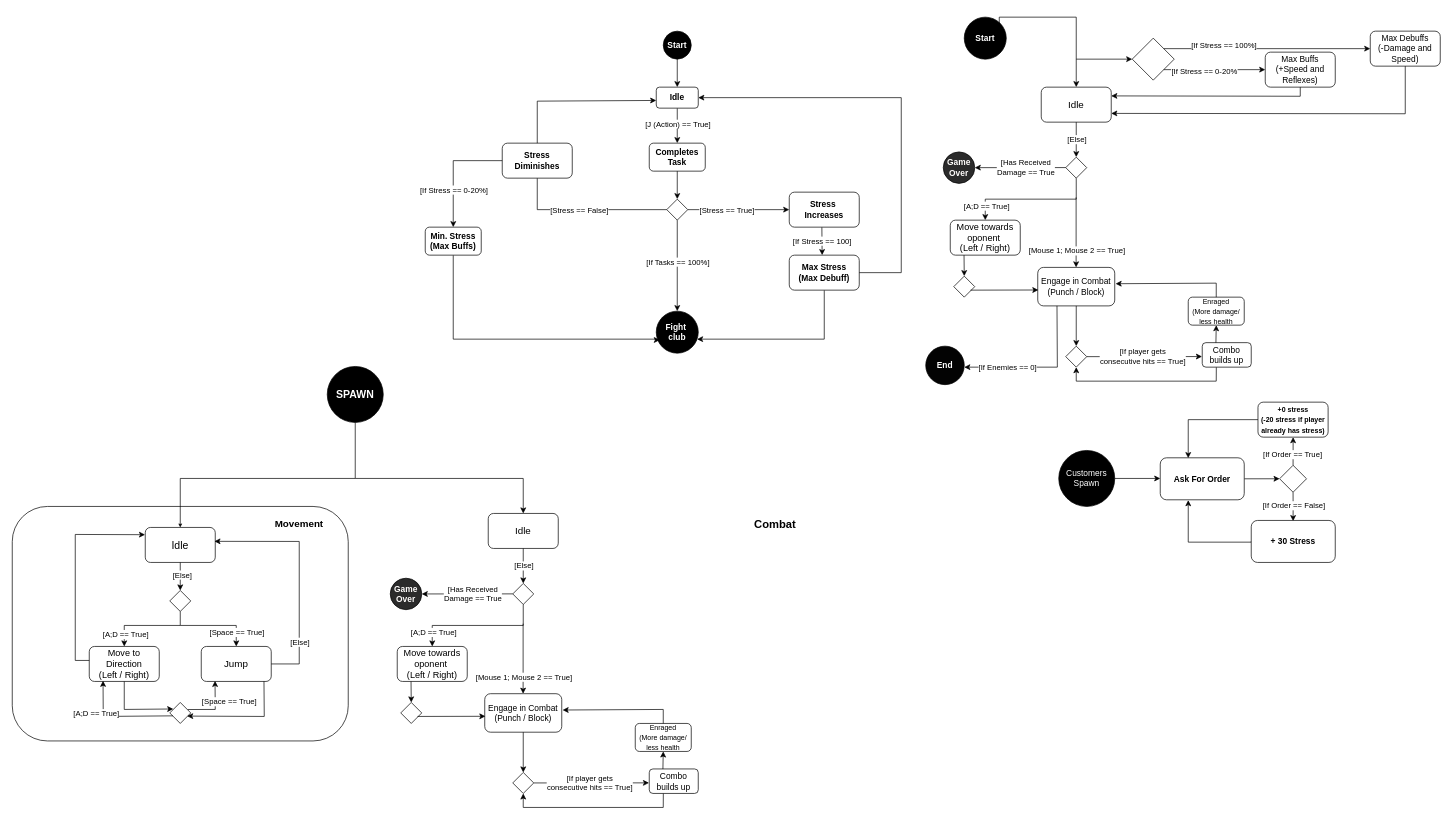
This is Insomnia-Flowchart.drawio from simaocampanicodev/Mayhem, a draw.io file, before an edit. Source tidied: cells renumbered, new cells numbered last; positions are measured from the earlier drawing's top-left corner, leaving out a move shared by most shapes. Both pictures are drawn from the tidied source at 70%, with x=0, y=0 at pixel (12, 17).
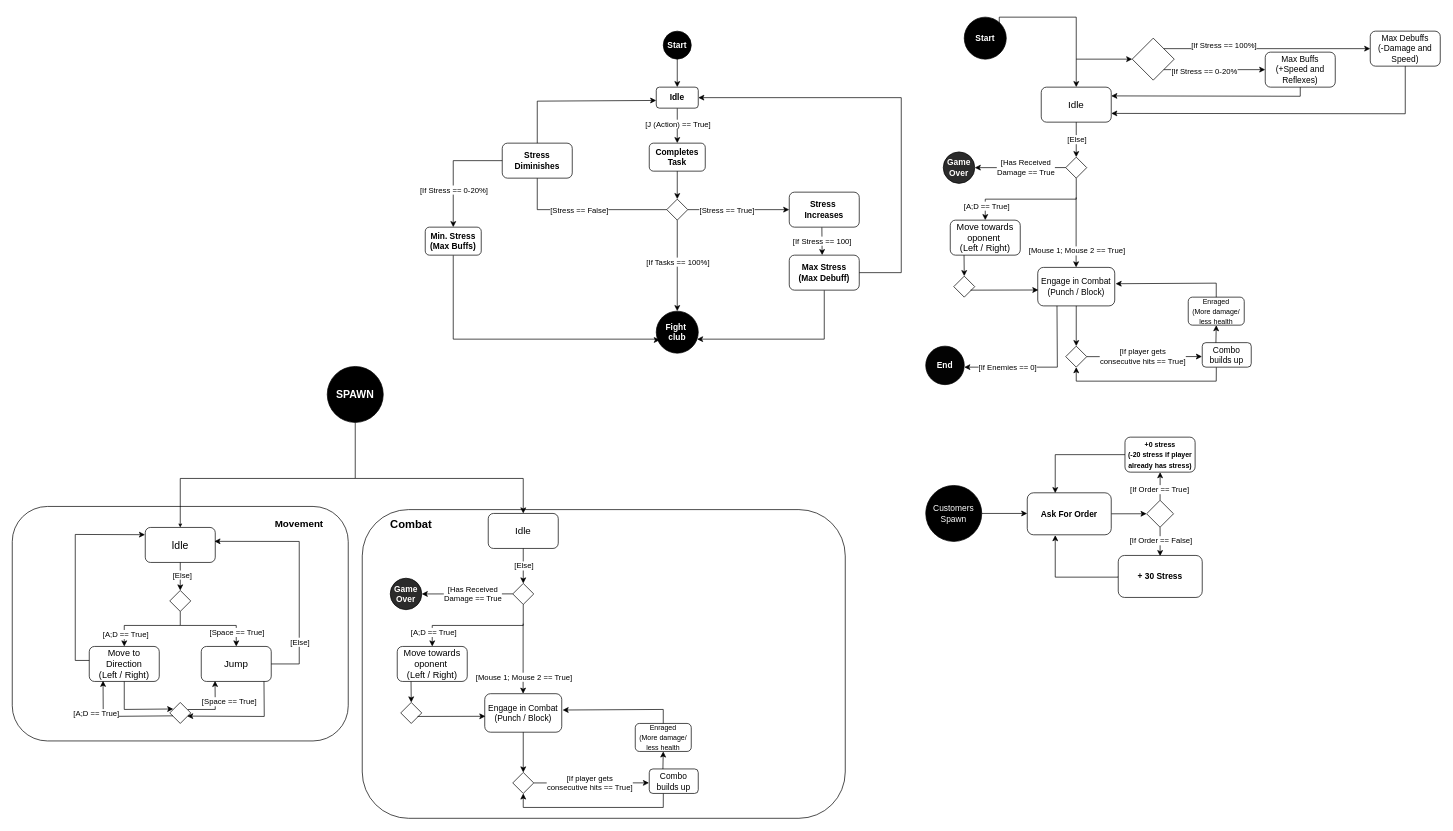
The same page after the edit.

The edit, as a diff of the source:
```diff
@@
+    <mxCell id="133" style="rounded=1;whiteSpace=wrap;html=1;" parent="1" vertex="1">
+      <mxGeometry x="500" y="703.5" width="690" height="441" as="geometry" />
+    </mxCell>
@@
     <mxCell id="52" value="&lt;font style=&quot;font-size: 16px;&quot;&gt;&lt;b&gt;Combat&lt;/b&gt;&lt;/font&gt;" style="text;html=1;align=center;verticalAlign=middle;whiteSpace=wrap;rounded=0;" parent="1" vertex="1">
-      <mxGeometry x="1060" y="709" width="60" height="30" as="geometry" />
+      <mxGeometry x="540" y="709" width="60" height="30" as="geometry" />
     </mxCell>
@@
     <mxCell id="120" value="&lt;font style=&quot;color: rgb(255, 255, 255);&quot;&gt;Customers&lt;/font&gt;&lt;div&gt;&lt;font style=&quot;color: rgb(255, 255, 255);&quot;&gt;Spawn&lt;/font&gt;&lt;/div&gt;" style="ellipse;whiteSpace=wrap;html=1;fillColor=#000000;" parent="1" vertex="1">
-      <mxGeometry x="1495" y="619" width="80" height="80" as="geometry" />
+      <mxGeometry x="1305" y="669" width="80" height="80" as="geometry" />
     </mxCell>
     <mxCell id="121" style="endArrow=classic;html=1;rounded=0;exitX=1;exitY=0.5;exitDx=0;exitDy=0;" parent="1" edge="1" source="120">
       <mxGeometry relative="1" as="geometry">
-        <mxPoint x="1640" y="659" as="targetPoint" />
+        <mxPoint x="1450" y="709" as="targetPoint" />
       </mxGeometry>
     </mxCell>
@@
     <mxCell id="123" value="&lt;b&gt;Ask For Order&lt;/b&gt;" style="rounded=1;whiteSpace=wrap;html=1;" parent="1" vertex="1">
-      <mxGeometry x="1640" y="629.5" width="120" height="60" as="geometry" />
+      <mxGeometry x="1450" y="679.5" width="120" height="60" as="geometry" />
     </mxCell>
     <mxCell id="124" style="edgeStyle=orthogonalEdgeStyle;rounded=0;jettySize=auto;html=1;exitX=0.5;exitY=0;exitDx=0;exitDy=0;" parent="1" edge="1" source="128">
       <mxGeometry relative="1" as="geometry">
-        <mxPoint x="1829.8" y="600" as="targetPoint" />
+        <mxPoint x="1639.8" y="650" as="targetPoint" />
       </mxGeometry>
     </mxCell>
@@
     <mxCell id="126" style="edgeStyle=orthogonalEdgeStyle;rounded=0;jettySize=auto;html=1;exitX=0.5;exitY=1;exitDx=0;exitDy=0;" parent="1" edge="1" source="128">
       <mxGeometry relative="1" as="geometry">
-        <mxPoint x="1829.8" y="720" as="targetPoint" />
+        <mxPoint x="1639.8" y="770" as="targetPoint" />
       </mxGeometry>
     </mxCell>
@@
     <mxCell id="128" style="rhombus;whiteSpace=wrap;html=1;" parent="1" vertex="1">
-      <mxGeometry x="1810.5" y="640.2" width="38.5" height="38.5" as="geometry" />
+      <mxGeometry x="1620.5" y="690.2" width="38.5" height="38.5" as="geometry" />
     </mxCell>
     <mxCell id="129" style="edgeStyle=orthogonalEdgeStyle;rounded=0;jettySize=auto;html=1;exitX=0;exitY=0.5;exitDx=0;exitDy=0;entryX=0.333;entryY=0.008;entryDx=0;entryDy=0;entryPerimeter=0;" parent="1" edge="1" source="130" target="123">
       <mxGeometry relative="1" as="geometry">
         <Array as="points">
-          <mxPoint x="1680" y="575" />
+          <mxPoint x="1490" y="625" />
         </Array>
       </mxGeometry>
     </mxCell>
     <mxCell id="130" value="&lt;font style=&quot;font-size: 10px;&quot;&gt;&lt;b&gt;+0 stress&lt;/b&gt;&lt;/font&gt;&lt;div&gt;&lt;font style=&quot;font-size: 10px;&quot;&gt;&lt;b&gt;(-20 stress if player already has stress)&lt;/b&gt;&lt;/font&gt;&lt;/div&gt;" style="rounded=1;whiteSpace=wrap;html=1;" parent="1" vertex="1">
-      <mxGeometry x="1779.6" y="550" width="100.2" height="50" as="geometry" />
+      <mxGeometry x="1589.6" y="600" width="100.2" height="50" as="geometry" />
     </mxCell>
     <mxCell id="131" style="edgeStyle=orthogonalEdgeStyle;rounded=0;jettySize=auto;html=1;exitX=0;exitY=0.5;exitDx=0;exitDy=0;" parent="1" edge="1" source="132">
       <mxGeometry relative="1" as="geometry">
-        <mxPoint x="1680" y="690" as="targetPoint" />
+        <mxPoint x="1490" y="740" as="targetPoint" />
         <Array as="points">
-          <mxPoint x="1680" y="750" />
+          <mxPoint x="1490" y="800" />
         </Array>
       </mxGeometry>
     </mxCell>
     <mxCell id="132" value="&lt;b&gt;+ 30 Stress&lt;/b&gt;" style="rounded=1;whiteSpace=wrap;html=1;" parent="1" vertex="1">
-      <mxGeometry x="1770" y="719" width="120" height="60" as="geometry" />
+      <mxGeometry x="1580" y="769" width="120" height="60" as="geometry" />
     </mxCell>
```
